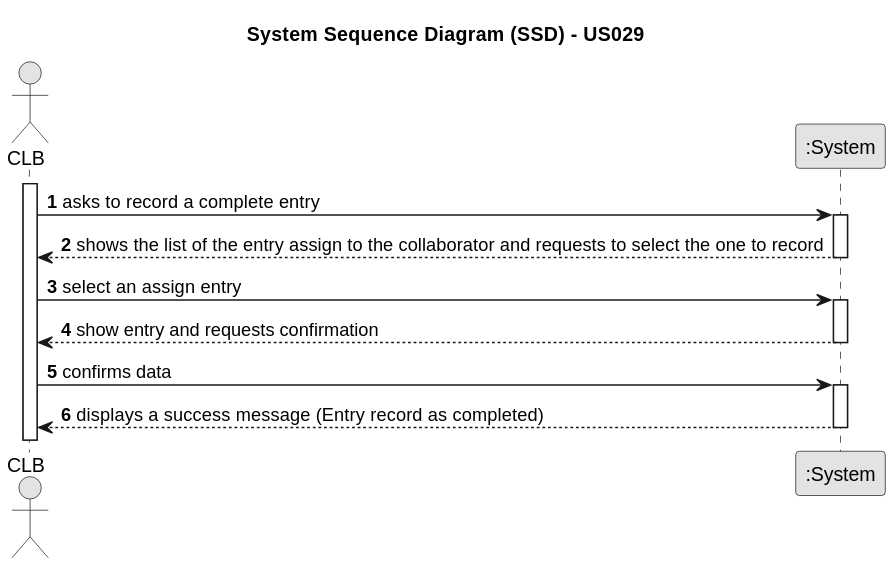
ricardomm7/leaflink keeps this PlantUML diagram as docs/sprintC/us029/01.requirements-engineering/svg/us029-system-sequence-diagram-alternative-one.svg. Above is the earlier version.
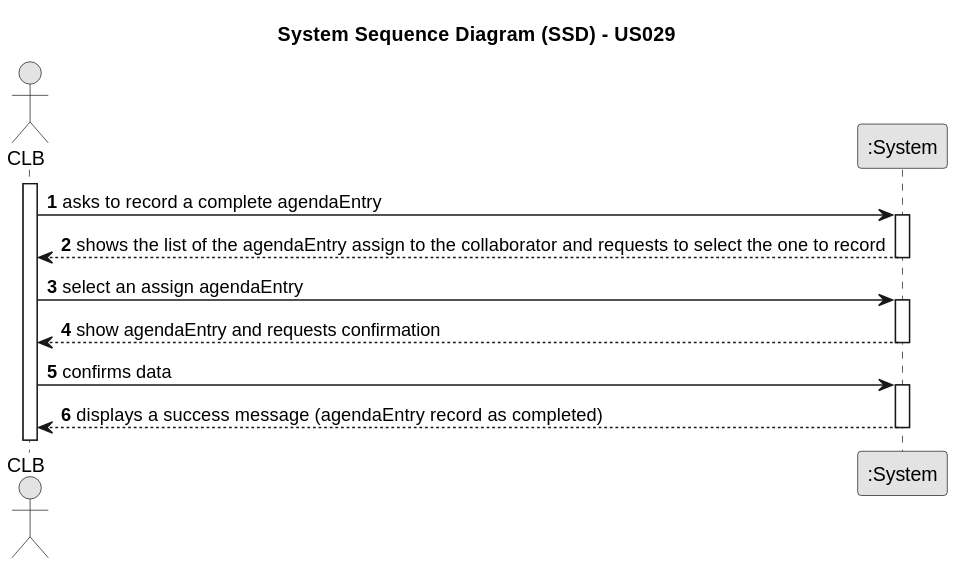
The same file after the commit.

Diff of the diagram source:
```diff
@@ -12,22 +12,22 @@
 
 activate CLB
 
-    CLB -> System : asks to record a complete entry
+    CLB -> System : asks to record a complete agendaEntry
     activate System
 
-        System --> CLB : shows the list of the entry assign to the collaborator and requests to select the one to record
+        System --> CLB : shows the list of the agendaEntry assign to the collaborator and requests to select the one to record
     deactivate System
 
-    CLB -> System : select an assign entry
+    CLB -> System : select an assign agendaEntry
 
     activate System
 
-        System --> CLB : show entry and requests confirmation
+        System --> CLB : show agendaEntry and requests confirmation
     deactivate System
 
     CLB -> System : confirms data
     activate System
 
-        System --> CLB :  displays a success message (Entry record as completed)
+        System --> CLB :  displays a success message (agendaEntry record as completed)
     deactivate System
 @enduml
```
